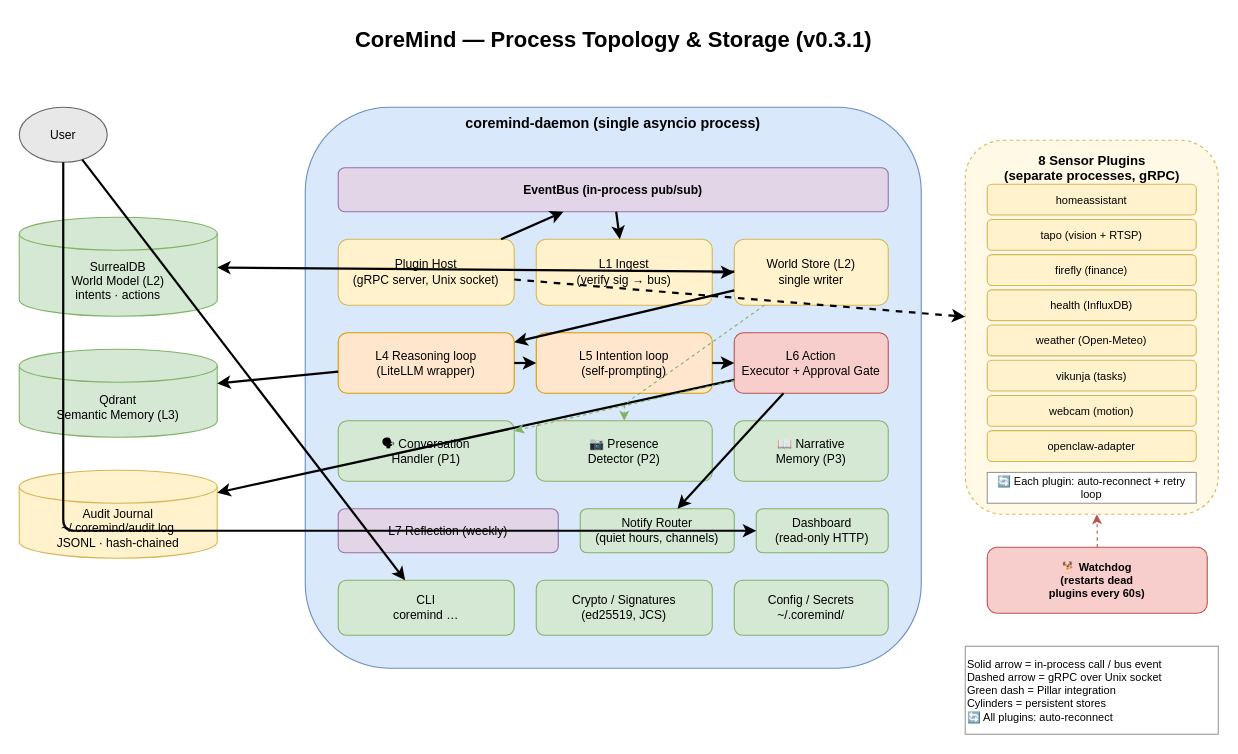
Before: docs/diagrams/02-process-topology.drawio in Wylhelm/coremind, a draw.io diagram. Source tidied: cells renumbered, new cells numbered last; positions are measured from the earlier drawing's top-left corner, leaving out a move shared by most shapes. Both pictures are drawn from the tidied source at 110%, with x=0, y=0 at pixel (19, 19).
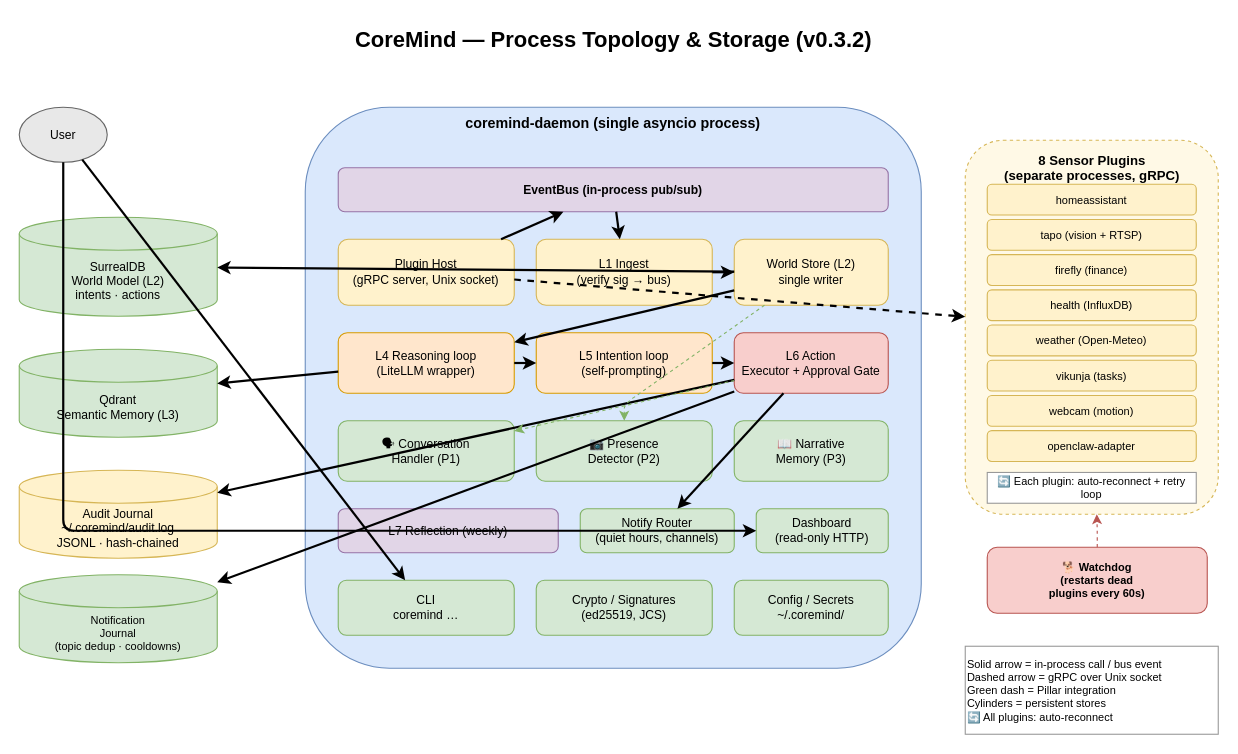
After the change.

Commit message (it also covers changes not shown here):
docs: v0.3.2 — ARCHITECTURE, CHANGELOG, diagram updated with NotificationJournal & rate limiter

The change refers to these unchanged cells:
```xml
<mxCell id="10" value="L6 Action&#10;Executor + Approval Gate" style="rounded=1;whiteSpace=wrap;html=1;fillColor=#F8CECC;strokeColor=#B85450;fontSize=11;" parent="1" vertex="1">
  <mxGeometry x="650" y="285" width="140" height="55" as="geometry" />
</mxCell>
```

Diff of the diagram source:
```diff
@@
-    <mxCell id="2" value="CoreMind — Process Topology &amp; Storage (v0.3.1)" style="text;html=1;align=center;fontSize=20;fontStyle=1;" parent="1" vertex="1">
+    <mxCell id="2" value="CoreMind — Process Topology &amp; Storage (v0.3.2)" style="text;html=1;align=center;fontSize=20;fontStyle=1;" parent="1" vertex="1">
       <mxGeometry x="260" width="560" height="40" as="geometry" />
     </mxCell>
@@
+    <mxCell id="53" value="Notification&#10;Journal&#10;(topic dedup · cooldowns)" style="shape=cylinder3;whiteSpace=wrap;html=1;boundedLbl=1;backgroundOutline=1;size=15;fillColor=#D5E8D4;strokeColor=#82B366;fontSize=10;" parent="1" vertex="1">
+      <mxGeometry y="505" width="180" height="80" as="geometry" />
+    </mxCell>
@@
+    <mxCell id="54" style="endArrow=classic;html=1;strokeWidth=2;" parent="1" edge="1" source="10" target="53">
+      <mxGeometry relative="1" as="geometry" />
+    </mxCell>
```
